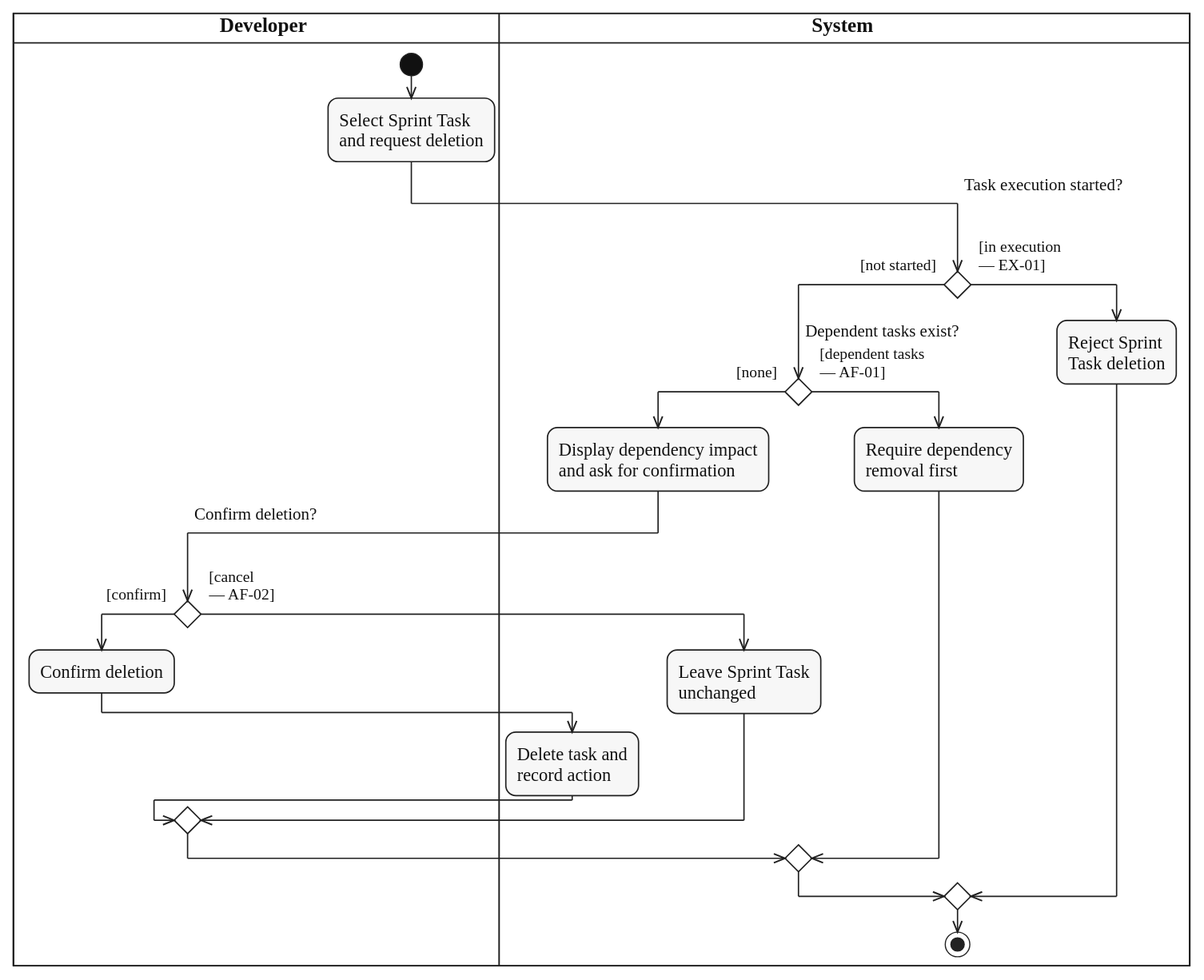
Above: diagrams/activity/sprint-work/svg/UC-SPRINT-TASK-DELETE.svg in lukenab/swd392-doc-automation (PlantUML), before the change. Its source is kept beside it as diagrams/activity/sprint-work/source/UC-SPRINT-TASK-DELETE.puml.
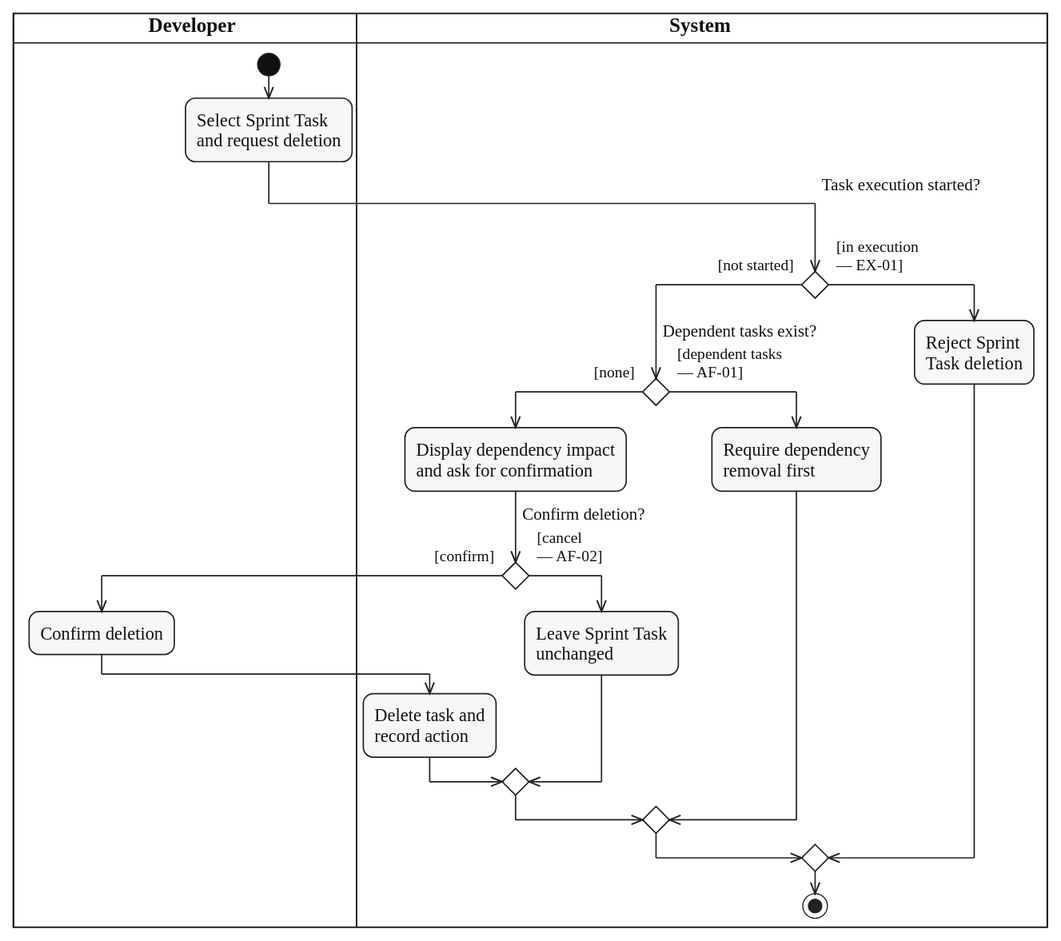
Later version of the same file.

The edit, as a diff of the source:
```diff
@@ -12,8 +12,8 @@
   if ($question("Dependent tasks exist?")) then ($guard_left("[none]"))
     :Display dependency impact
     and ask for confirmation;
-    |DEV|
-    if ($question_x("Confirm deletion?")) then ($guard_left("[confirm]"))
+    if ($question("Confirm deletion?")) then ($guard_left("[confirm]"))
+      |DEV|
       :Confirm deletion;
       |SYS|
       :Delete task and
```
